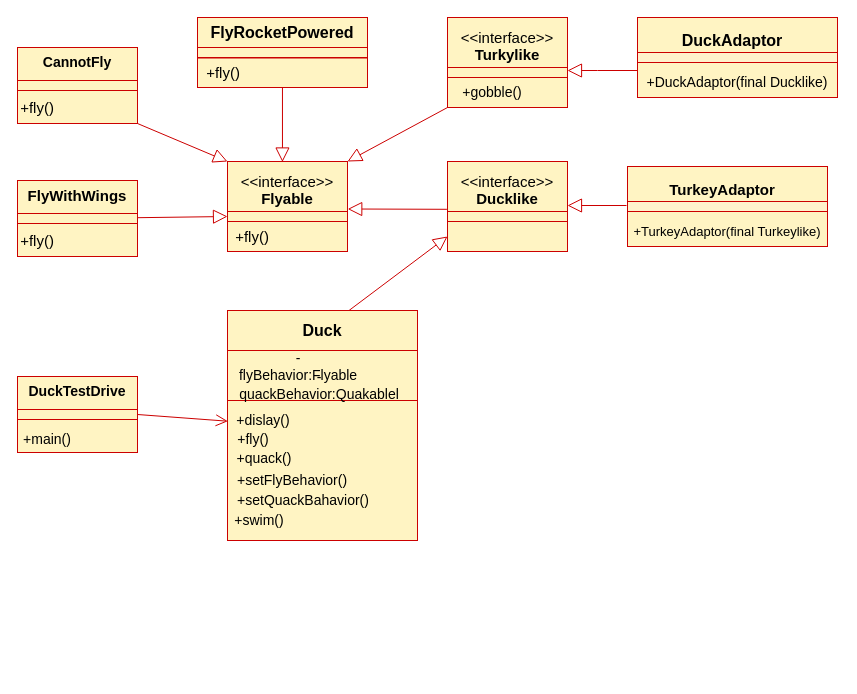
The draw.io diagram Untitled Diagram.drawio in bilalaldulaimi/Diagram, before the edit. Source tidied: cells renumbered, new cells numbered last; positions are measured from the earlier drawing's top-left corner, leaving out a move shared by most shapes. Both pictures are drawn from the tidied source at 100%, with x=0, y=0 at pixel (17, 17).
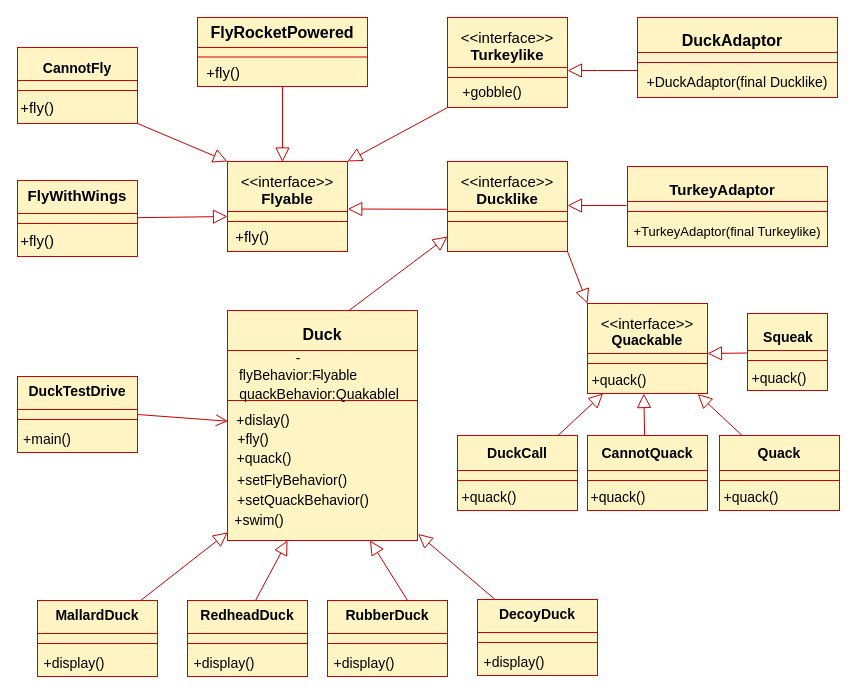
Above is the later version.

The change refers to these unchanged cells:
```xml
<mxCell id="40" style="rounded=0;whiteSpace=wrap;html=1;strokeColor=#CC0000;strokeWidth=1;fillColor=#FFF4C3;gradientColor=none;" parent="1" vertex="1">
  <mxGeometry x="430" y="204" width="120" height="30" as="geometry" />
</mxCell>
<mxCell id="51" style="rounded=0;whiteSpace=wrap;html=1;strokeColor=#CC0000;strokeWidth=1;fillColor=#FFF4C3;gradientColor=none;" parent="1" vertex="1">
  <mxGeometry x="210" y="383" width="190" height="140" as="geometry" />
</mxCell>
```

The edit, as a diff of the source:
```diff
@@
-    <mxCell id="12" value="&lt;font style=&quot;font-size: 15px&quot;&gt;&lt;b&gt;&lt;font style=&quot;font-size: 15px&quot;&gt;Turkylike&lt;/font&gt;&lt;/b&gt;&lt;/font&gt;" style="text;html=1;strokeColor=none;fillColor=none;align=center;verticalAlign=middle;whiteSpace=wrap;rounded=0;" parent="1" vertex="1">
+    <mxCell id="12" value="&lt;font style=&quot;font-size: 15px&quot;&gt;&lt;b&gt;&lt;font style=&quot;font-size: 15px&quot;&gt;Turkeylike&lt;/font&gt;&lt;/b&gt;&lt;/font&gt;" style="text;html=1;strokeColor=none;fillColor=none;align=center;verticalAlign=middle;whiteSpace=wrap;rounded=0;" parent="1" vertex="1">
       <mxGeometry x="470" y="27" width="40" height="20" as="geometry" />
     </mxCell>
@@
     <mxCell id="17" style="rounded=0;whiteSpace=wrap;html=1;strokeColor=#CC0000;strokeWidth=1;fillColor=#FFF4C3;gradientColor=none;" parent="1" vertex="1">
-      <mxGeometry x="180" y="40.5" width="170" height="29.5" as="geometry" />
+      <mxGeometry x="180" y="39.5" width="170" height="29.5" as="geometry" />
     </mxCell>
@@
     <mxCell id="24" value="&lt;b&gt;&lt;font style=&quot;font-size: 14px&quot;&gt;CannotFly&lt;/font&gt;&lt;/b&gt;" style="text;html=1;strokeColor=none;fillColor=none;align=center;verticalAlign=middle;whiteSpace=wrap;rounded=0;" parent="1" vertex="1">
-      <mxGeometry x="40" y="35" width="40" height="20" as="geometry" />
+      <mxGeometry x="40" y="41" width="40" height="20" as="geometry" />
     </mxCell>
@@
     <mxCell id="52" value="&lt;font style=&quot;font-size: 16px&quot;&gt;&lt;b&gt;Duck&lt;/b&gt;&lt;/font&gt;" style="text;html=1;strokeColor=none;fillColor=none;align=center;verticalAlign=middle;whiteSpace=wrap;rounded=0;" parent="1" vertex="1">
-      <mxGeometry x="285" y="303" width="40" height="20" as="geometry" />
+      <mxGeometry x="285" y="307" width="40" height="20" as="geometry" />
     </mxCell>
@@
-    <mxCell id="59" value="&lt;font style=&quot;font-size: 14px&quot;&gt;+setQuackBahavior()&lt;/font&gt;" style="text;html=1;strokeColor=none;fillColor=none;align=center;verticalAlign=middle;whiteSpace=wrap;rounded=0;" parent="1" vertex="1">
+    <mxCell id="59" value="&lt;font style=&quot;font-size: 14px&quot;&gt;+setQuackBehavior()&lt;/font&gt;" style="text;html=1;strokeColor=none;fillColor=none;align=center;verticalAlign=middle;whiteSpace=wrap;rounded=0;" parent="1" vertex="1">
       <mxGeometry x="266" y="473" width="40" height="20" as="geometry" />
     </mxCell>
@@
+    <mxCell id="68" style="rounded=0;whiteSpace=wrap;html=1;strokeColor=#CC0000;strokeWidth=1;fillColor=#FFF4C3;gradientColor=none;" parent="1" vertex="1">
+      <mxGeometry x="570" y="286" width="120" height="50" as="geometry" />
+    </mxCell>
+    <mxCell id="69" style="rounded=0;whiteSpace=wrap;html=1;strokeColor=#CC0000;strokeWidth=1;fillColor=#FFF4C3;gradientColor=none;" parent="1" vertex="1">
+      <mxGeometry x="570" y="336" width="120" height="10" as="geometry" />
+    </mxCell>
+    <mxCell id="70" style="rounded=0;whiteSpace=wrap;html=1;strokeColor=#CC0000;strokeWidth=1;fillColor=#FFF4C3;gradientColor=none;" parent="1" vertex="1">
+      <mxGeometry x="570" y="346" width="120" height="30" as="geometry" />
+    </mxCell>
+    <mxCell id="71" value="&lt;font style=&quot;font-size: 15px&quot;&gt;&amp;lt;&amp;lt;interface&amp;gt;&amp;gt;&lt;/font&gt;" style="text;html=1;strokeColor=none;fillColor=none;align=center;verticalAlign=middle;whiteSpace=wrap;rounded=0;" parent="1" vertex="1">
+      <mxGeometry x="610" y="296" width="40" height="20" as="geometry" />
+    </mxCell>
+    <mxCell id="72" value="&lt;font size=&quot;1&quot;&gt;&lt;b style=&quot;font-size: 14px&quot;&gt;Quackable&lt;/b&gt;&lt;/font&gt;" style="text;html=1;strokeColor=none;fillColor=none;align=center;verticalAlign=middle;whiteSpace=wrap;rounded=0;" parent="1" vertex="1">
+      <mxGeometry x="610" y="313" width="40" height="20" as="geometry" />
+    </mxCell>
+    <mxCell id="73" value="&lt;font style=&quot;font-size: 14px&quot;&gt;+quack&lt;/font&gt;&lt;font style=&quot;font-size: 14px&quot;&gt;()&lt;/font&gt;" style="text;html=1;strokeColor=none;fillColor=none;align=center;verticalAlign=middle;whiteSpace=wrap;rounded=0;" parent="1" vertex="1">
+      <mxGeometry x="582" y="352.5" width="40" height="20" as="geometry" />
+    </mxCell>
+    <mxCell id="74" style="rounded=0;whiteSpace=wrap;html=1;strokeColor=#CC0000;strokeWidth=1;fillColor=#FFF4C3;gradientColor=none;" parent="1" vertex="1">
+      <mxGeometry x="730" y="296" width="80" height="37" as="geometry" />
+    </mxCell>
+    <mxCell id="75" style="rounded=0;whiteSpace=wrap;html=1;strokeColor=#CC0000;strokeWidth=1;fillColor=#FFF4C3;gradientColor=none;" parent="1" vertex="1">
+      <mxGeometry x="730" y="333" width="80" height="10" as="geometry" />
+    </mxCell>
+    <mxCell id="76" style="rounded=0;whiteSpace=wrap;html=1;strokeColor=#CC0000;strokeWidth=1;fillColor=#FFF4C3;gradientColor=none;" parent="1" vertex="1">
+      <mxGeometry x="730" y="343" width="80" height="30" as="geometry" />
+    </mxCell>
+    <mxCell id="77" value="&lt;b&gt;&lt;font style=&quot;font-size: 14px&quot;&gt;Squeak&lt;/font&gt;&lt;/b&gt;" style="text;html=1;strokeColor=none;fillColor=none;align=center;verticalAlign=middle;whiteSpace=wrap;rounded=0;" parent="1" vertex="1">
+      <mxGeometry x="751" y="310" width="40" height="20" as="geometry" />
+    </mxCell>
+    <mxCell id="78" value="&lt;font style=&quot;font-size: 14px&quot;&gt;+quack&lt;/font&gt;&lt;font style=&quot;font-size: 14px&quot;&gt;()&lt;/font&gt;" style="text;html=1;strokeColor=none;fillColor=none;align=center;verticalAlign=middle;whiteSpace=wrap;rounded=0;" parent="1" vertex="1">
+      <mxGeometry x="742" y="350.5" width="40" height="20" as="geometry" />
+    </mxCell>
+    <mxCell id="79" style="endArrow=block;html=1;strokeColor=#CC0000;strokeWidth=1;exitX=0;exitY=0.25;exitDx=0;exitDy=0;entryX=1;entryY=1;entryDx=0;entryDy=0;endFill=0;endSize=12;" parent="1" edge="1" source="75" target="68">
+      <mxGeometry relative="1" as="geometry" />
+    </mxCell>
+    <mxCell id="80" style="endArrow=block;html=1;strokeColor=#CC0000;strokeWidth=1;entryX=0;entryY=0;entryDx=0;entryDy=0;exitX=1;exitY=1;exitDx=0;exitDy=0;endFill=0;endSize=12;" parent="1" edge="1" source="40" target="68">
+      <mxGeometry relative="1" as="geometry" />
+    </mxCell>
+    <mxCell id="81" style="rounded=0;whiteSpace=wrap;html=1;strokeColor=#CC0000;strokeWidth=1;fillColor=#FFF4C3;gradientColor=none;" parent="1" vertex="1">
+      <mxGeometry x="570" y="418" width="120" height="35" as="geometry" />
+    </mxCell>
+    <mxCell id="82" style="rounded=0;whiteSpace=wrap;html=1;strokeColor=#CC0000;strokeWidth=1;fillColor=#FFF4C3;gradientColor=none;" parent="1" vertex="1">
+      <mxGeometry x="570" y="453" width="120" height="10" as="geometry" />
+    </mxCell>
+    <mxCell id="83" style="rounded=0;whiteSpace=wrap;html=1;strokeColor=#CC0000;strokeWidth=1;fillColor=#FFF4C3;gradientColor=none;" parent="1" vertex="1">
+      <mxGeometry x="570" y="463" width="120" height="30" as="geometry" />
+    </mxCell>
+    <mxCell id="84" value="&lt;font style=&quot;font-size: 14px&quot;&gt;&lt;b&gt;CannotQuack&lt;/b&gt;&lt;/font&gt;" style="text;html=1;strokeColor=none;fillColor=none;align=center;verticalAlign=middle;whiteSpace=wrap;rounded=0;" parent="1" vertex="1">
+      <mxGeometry x="610" y="425.5" width="40" height="20" as="geometry" />
+    </mxCell>
+    <mxCell id="85" value="&lt;font style=&quot;font-size: 14px&quot;&gt;+quack&lt;/font&gt;&lt;font style=&quot;font-size: 14px&quot;&gt;()&lt;/font&gt;" style="text;html=1;strokeColor=none;fillColor=none;align=center;verticalAlign=middle;whiteSpace=wrap;rounded=0;" parent="1" vertex="1">
+      <mxGeometry x="581" y="469.5" width="40" height="20" as="geometry" />
+    </mxCell>
+    <mxCell id="86" style="rounded=0;whiteSpace=wrap;html=1;strokeColor=#CC0000;strokeWidth=1;fillColor=#FFF4C3;gradientColor=none;" parent="1" vertex="1">
+      <mxGeometry x="702" y="418" width="120" height="35" as="geometry" />
+    </mxCell>
+    <mxCell id="87" style="rounded=0;whiteSpace=wrap;html=1;strokeColor=#CC0000;strokeWidth=1;fillColor=#FFF4C3;gradientColor=none;" parent="1" vertex="1">
+      <mxGeometry x="702" y="453" width="120" height="10" as="geometry" />
+    </mxCell>
+    <mxCell id="88" style="rounded=0;whiteSpace=wrap;html=1;strokeColor=#CC0000;strokeWidth=1;fillColor=#FFF4C3;gradientColor=none;" parent="1" vertex="1">
+      <mxGeometry x="702" y="463" width="120" height="30" as="geometry" />
+    </mxCell>
+    <mxCell id="89" value="&lt;b&gt;&lt;font style=&quot;font-size: 14px&quot;&gt;Quack&lt;/font&gt;&lt;/b&gt;" style="text;html=1;strokeColor=none;fillColor=none;align=center;verticalAlign=middle;whiteSpace=wrap;rounded=0;" parent="1" vertex="1">
+      <mxGeometry x="742" y="425.5" width="40" height="20" as="geometry" />
+    </mxCell>
+    <mxCell id="90" value="&lt;font style=&quot;font-size: 14px&quot;&gt;+quack&lt;/font&gt;&lt;font style=&quot;font-size: 14px&quot;&gt;()&lt;/font&gt;" style="text;html=1;strokeColor=none;fillColor=none;align=center;verticalAlign=middle;whiteSpace=wrap;rounded=0;" parent="1" vertex="1">
+      <mxGeometry x="714" y="469.5" width="40" height="20" as="geometry" />
+    </mxCell>
+    <mxCell id="91" style="rounded=0;whiteSpace=wrap;html=1;strokeColor=#CC0000;strokeWidth=1;fillColor=#FFF4C3;gradientColor=none;" parent="1" vertex="1">
+      <mxGeometry x="440" y="418" width="120" height="35" as="geometry" />
+    </mxCell>
+    <mxCell id="92" style="rounded=0;whiteSpace=wrap;html=1;strokeColor=#CC0000;strokeWidth=1;fillColor=#FFF4C3;gradientColor=none;" parent="1" vertex="1">
+      <mxGeometry x="440" y="453" width="120" height="10" as="geometry" />
+    </mxCell>
+    <mxCell id="93" style="rounded=0;whiteSpace=wrap;html=1;strokeColor=#CC0000;strokeWidth=1;fillColor=#FFF4C3;gradientColor=none;" parent="1" vertex="1">
+      <mxGeometry x="440" y="463" width="120" height="30" as="geometry" />
+    </mxCell>
+    <mxCell id="94" value="&lt;font style=&quot;font-size: 14px&quot;&gt;&lt;b&gt;DuckCall&lt;/b&gt;&lt;/font&gt;" style="text;html=1;strokeColor=none;fillColor=none;align=center;verticalAlign=middle;whiteSpace=wrap;rounded=0;" parent="1" vertex="1">
+      <mxGeometry x="480" y="425.5" width="40" height="20" as="geometry" />
+    </mxCell>
+    <mxCell id="95" value="&lt;font style=&quot;font-size: 14px&quot;&gt;+quack&lt;/font&gt;&lt;font style=&quot;font-size: 14px&quot;&gt;()&lt;/font&gt;" style="text;html=1;strokeColor=none;fillColor=none;align=center;verticalAlign=middle;whiteSpace=wrap;rounded=0;" parent="1" vertex="1">
+      <mxGeometry x="452" y="469.5" width="40" height="20" as="geometry" />
+    </mxCell>
+    <mxCell id="96" style="endArrow=block;html=1;strokeColor=#CC0000;strokeWidth=1;entryX=0.469;entryY=1;entryDx=0;entryDy=0;entryPerimeter=0;exitX=0.476;exitY=-0.01;exitDx=0;exitDy=0;exitPerimeter=0;endFill=0;endSize=12;" parent="1" edge="1" source="81" target="70">
+      <mxGeometry relative="1" as="geometry" />
+    </mxCell>
+    <mxCell id="97" style="endArrow=block;html=1;strokeColor=#CC0000;strokeWidth=1;entryX=0.918;entryY=1.016;entryDx=0;entryDy=0;entryPerimeter=0;exitX=0.187;exitY=-0.003;exitDx=0;exitDy=0;exitPerimeter=0;endFill=0;endSize=12;" parent="1" edge="1" source="86" target="70">
+      <mxGeometry relative="1" as="geometry" />
+    </mxCell>
+    <mxCell id="98" style="endArrow=block;html=1;strokeColor=#CC0000;strokeWidth=1;entryX=0.13;entryY=1.002;entryDx=0;entryDy=0;entryPerimeter=0;exitX=0.836;exitY=0.004;exitDx=0;exitDy=0;exitPerimeter=0;endFill=0;endSize=12;" parent="1" edge="1" source="91" target="70">
+      <mxGeometry relative="1" as="geometry" />
+    </mxCell>
+    <mxCell id="99" style="rounded=0;whiteSpace=wrap;html=1;strokeColor=#CC0000;strokeWidth=1;fillColor=#FFF4C3;gradientColor=none;" parent="1" vertex="1">
+      <mxGeometry x="20" y="583" width="120" height="33" as="geometry" />
+    </mxCell>
+    <mxCell id="100" style="rounded=0;whiteSpace=wrap;html=1;strokeColor=#CC0000;strokeWidth=1;fillColor=#FFF4C3;gradientColor=none;" parent="1" vertex="1">
+      <mxGeometry x="20" y="616" width="120" height="10" as="geometry" />
+    </mxCell>
+    <mxCell id="101" style="rounded=0;whiteSpace=wrap;html=1;strokeColor=#CC0000;strokeWidth=1;fillColor=#FFF4C3;gradientColor=none;" parent="1" vertex="1">
+      <mxGeometry x="20" y="626" width="120" height="33" as="geometry" />
+    </mxCell>
+    <mxCell id="102" value="&lt;font size=&quot;1&quot;&gt;&lt;b style=&quot;font-size: 14px&quot;&gt;MallardDuck&lt;/b&gt;&lt;/font&gt;" style="text;html=1;strokeColor=none;fillColor=none;align=center;verticalAlign=middle;whiteSpace=wrap;rounded=0;" parent="1" vertex="1">
+      <mxGeometry x="60" y="588" width="40" height="20" as="geometry" />
+    </mxCell>
+    <mxCell id="103" value="&lt;font style=&quot;font-size: 14px&quot;&gt;+display()&lt;/font&gt;" style="text;html=1;strokeColor=none;fillColor=none;align=center;verticalAlign=middle;whiteSpace=wrap;rounded=0;" parent="1" vertex="1">
+      <mxGeometry x="37" y="636" width="40" height="20" as="geometry" />
+    </mxCell>
+    <mxCell id="104" style="rounded=0;whiteSpace=wrap;html=1;strokeColor=#CC0000;strokeWidth=1;fillColor=#FFF4C3;gradientColor=none;" parent="1" vertex="1">
+      <mxGeometry x="170" y="583" width="120" height="33" as="geometry" />
+    </mxCell>
+    <mxCell id="105" style="rounded=0;whiteSpace=wrap;html=1;strokeColor=#CC0000;strokeWidth=1;fillColor=#FFF4C3;gradientColor=none;" parent="1" vertex="1">
+      <mxGeometry x="170" y="616" width="120" height="10" as="geometry" />
+    </mxCell>
+    <mxCell id="106" style="rounded=0;whiteSpace=wrap;html=1;strokeColor=#CC0000;strokeWidth=1;fillColor=#FFF4C3;gradientColor=none;" parent="1" vertex="1">
+      <mxGeometry x="170" y="626" width="120" height="33" as="geometry" />
+    </mxCell>
+    <mxCell id="107" value="&lt;b&gt;&lt;font style=&quot;font-size: 14px&quot;&gt;RedheadDuck&lt;/font&gt;&lt;/b&gt;" style="text;html=1;strokeColor=none;fillColor=none;align=center;verticalAlign=middle;whiteSpace=wrap;rounded=0;" parent="1" vertex="1">
+      <mxGeometry x="210" y="588" width="40" height="20" as="geometry" />
+    </mxCell>
+    <mxCell id="108" value="&lt;font style=&quot;font-size: 14px&quot;&gt;+display()&lt;/font&gt;" style="text;html=1;strokeColor=none;fillColor=none;align=center;verticalAlign=middle;whiteSpace=wrap;rounded=0;" parent="1" vertex="1">
+      <mxGeometry x="187" y="636" width="40" height="20" as="geometry" />
+    </mxCell>
+    <mxCell id="109" style="rounded=0;whiteSpace=wrap;html=1;strokeColor=#CC0000;strokeWidth=1;fillColor=#FFF4C3;gradientColor=none;" parent="1" vertex="1">
+      <mxGeometry x="310" y="583" width="120" height="33" as="geometry" />
+    </mxCell>
+    <mxCell id="110" style="rounded=0;whiteSpace=wrap;html=1;strokeColor=#CC0000;strokeWidth=1;fillColor=#FFF4C3;gradientColor=none;" parent="1" vertex="1">
+      <mxGeometry x="310" y="616" width="120" height="10" as="geometry" />
+    </mxCell>
+    <mxCell id="111" style="rounded=0;whiteSpace=wrap;html=1;strokeColor=#CC0000;strokeWidth=1;fillColor=#FFF4C3;gradientColor=none;" parent="1" vertex="1">
+      <mxGeometry x="310" y="626" width="120" height="33" as="geometry" />
+    </mxCell>
+    <mxCell id="112" value="&lt;font size=&quot;1&quot;&gt;&lt;b style=&quot;font-size: 14px&quot;&gt;RubberDuck&lt;/b&gt;&lt;/font&gt;" style="text;html=1;strokeColor=none;fillColor=none;align=center;verticalAlign=middle;whiteSpace=wrap;rounded=0;" parent="1" vertex="1">
+      <mxGeometry x="350" y="588" width="40" height="20" as="geometry" />
+    </mxCell>
+    <mxCell id="113" value="&lt;font style=&quot;font-size: 14px&quot;&gt;+display()&lt;/font&gt;" style="text;html=1;strokeColor=none;fillColor=none;align=center;verticalAlign=middle;whiteSpace=wrap;rounded=0;" parent="1" vertex="1">
+      <mxGeometry x="327" y="636" width="40" height="20" as="geometry" />
+    </mxCell>
+    <mxCell id="114" style="rounded=0;whiteSpace=wrap;html=1;strokeColor=#CC0000;strokeWidth=1;fillColor=#FFF4C3;gradientColor=none;" parent="1" vertex="1">
+      <mxGeometry x="460" y="582" width="120" height="33" as="geometry" />
+    </mxCell>
+    <mxCell id="115" style="rounded=0;whiteSpace=wrap;html=1;strokeColor=#CC0000;strokeWidth=1;fillColor=#FFF4C3;gradientColor=none;" parent="1" vertex="1">
+      <mxGeometry x="460" y="615" width="120" height="10" as="geometry" />
+    </mxCell>
+    <mxCell id="116" style="rounded=0;whiteSpace=wrap;html=1;strokeColor=#CC0000;strokeWidth=1;fillColor=#FFF4C3;gradientColor=none;" parent="1" vertex="1">
+      <mxGeometry x="460" y="625" width="120" height="33" as="geometry" />
+    </mxCell>
+    <mxCell id="117" value="&lt;font size=&quot;1&quot;&gt;&lt;b style=&quot;font-size: 14px&quot;&gt;DecoyDuck&lt;/b&gt;&lt;/font&gt;" style="text;html=1;strokeColor=none;fillColor=none;align=center;verticalAlign=middle;whiteSpace=wrap;rounded=0;" parent="1" vertex="1">
+      <mxGeometry x="500" y="587" width="40" height="20" as="geometry" />
+    </mxCell>
+    <mxCell id="118" value="&lt;font style=&quot;font-size: 14px&quot;&gt;+display()&lt;/font&gt;" style="text;html=1;strokeColor=none;fillColor=none;align=center;verticalAlign=middle;whiteSpace=wrap;rounded=0;" parent="1" vertex="1">
+      <mxGeometry x="477" y="635" width="40" height="20" as="geometry" />
+    </mxCell>
+    <mxCell id="119" style="endArrow=block;html=1;strokeColor=#CC0000;strokeWidth=1;exitX=0.569;exitY=-0.014;exitDx=0;exitDy=0;exitPerimeter=0;entryX=0.316;entryY=1;entryDx=0;entryDy=0;entryPerimeter=0;endFill=0;endSize=12;" parent="1" edge="1" source="104" target="51">
+      <mxGeometry relative="1" as="geometry" />
+    </mxCell>
+    <mxCell id="120" style="endArrow=block;html=1;strokeColor=#CC0000;strokeWidth=1;entryX=0.001;entryY=0.942;entryDx=0;entryDy=0;entryPerimeter=0;exitX=0.858;exitY=0.004;exitDx=0;exitDy=0;exitPerimeter=0;endFill=0;endSize=12;" parent="1" edge="1" source="99" target="51">
+      <mxGeometry relative="1" as="geometry" />
+    </mxCell>
+    <mxCell id="121" style="endArrow=block;html=1;strokeColor=#CC0000;strokeWidth=1;entryX=0.75;entryY=1;entryDx=0;entryDy=0;exitX=0.667;exitY=0;exitDx=0;exitDy=0;exitPerimeter=0;endFill=0;endSize=12;" parent="1" edge="1" source="109" target="51">
+      <mxGeometry relative="1" as="geometry" />
+    </mxCell>
+    <mxCell id="122" style="endArrow=block;html=1;strokeColor=#CC0000;strokeWidth=1;exitX=0.144;exitY=-0.009;exitDx=0;exitDy=0;exitPerimeter=0;entryX=1.003;entryY=0.953;entryDx=0;entryDy=0;entryPerimeter=0;endFill=0;endSize=12;" parent="1" edge="1" source="114" target="51">
+      <mxGeometry relative="1" as="geometry" />
+    </mxCell>
```
